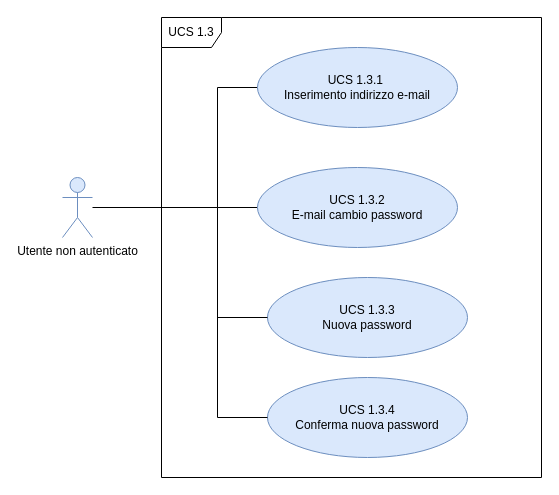
Above: page "Page-2" (1 of 5) of DocumentazioneEsterna/AnalisiDeiRequisiti/Sezioni/UseCase/draw.io/UC SERVER/UCS1.3.drawio in qb-team/Stalker-Documentazione (draw.io), before the change. Source tidied: cells renumbered, new cells numbered last; positions are measured from the earlier drawing's top-left corner, leaving out a move shared by most shapes. Both pictures are drawn from the tidied source at 100%, with x=0, y=0 at pixel (62, 17).
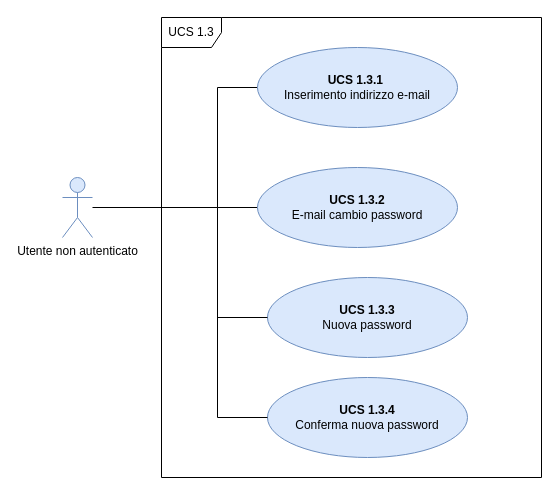
The same diagram, later.

Diff of the diagram source:
```diff
@@
 <mxGraphModel>
   <root>
     <mxCell id="0" />
     <mxCell id="1" parent="0" />
     <mxCell id="2" style="endArrow=none;html=1;entryX=0;entryY=0.5;entryDx=0;entryDy=0;" parent="1" edge="1" target="7">
       <mxGeometry relative="1" as="geometry">
         <mxPoint x="155" y="190" as="sourcePoint" />
       </mxGeometry>
     </mxCell>
     <mxCell id="3" style="edgeStyle=orthogonalEdgeStyle;rounded=0;jettySize=auto;html=1;entryX=0;entryY=0.5;entryDx=0;entryDy=0;endArrow=none;endFill=0;" parent="1" edge="1" source="4" target="6">
       <mxGeometry relative="1" as="geometry">
         <Array as="points">
           <mxPoint x="155" y="190" />
           <mxPoint x="155" y="70" />
         </Array>
       </mxGeometry>
     </mxCell>
     <mxCell id="4" value="Utente non autenticato" style="shape=umlActor;verticalLabelPosition=bottom;labelBackgroundColor=#ffffff;verticalAlign=top;html=1;outlineConnect=0;fillColor=#dae8fc;strokeColor=#6c8ebf;" parent="1" vertex="1">
       <mxGeometry y="160" width="30" height="60" as="geometry" />
     </mxCell>
     <mxCell id="5" value="UCS 1.3" style="shape=umlFrame;whiteSpace=wrap;html=1;" parent="1" vertex="1">
       <mxGeometry x="99" width="380" height="460" as="geometry" />
     </mxCell>
-    <mxCell id="6" value="UCS 1.3.1&amp;nbsp;&lt;br&gt;Inserimento indirizzo e-mail&lt;b&gt;&lt;br&gt;&lt;/b&gt;" style="ellipse;whiteSpace=wrap;html=1;fillColor=#dae8fc;strokeColor=#6c8ebf;" parent="1" vertex="1">
+    <mxCell id="6" value="&lt;b&gt;UCS 1.3.1&amp;nbsp;&lt;/b&gt;&lt;br&gt;Inserimento indirizzo e-mail&lt;b&gt;&lt;br&gt;&lt;/b&gt;" style="ellipse;whiteSpace=wrap;html=1;fillColor=#dae8fc;strokeColor=#6c8ebf;" parent="1" vertex="1">
       <mxGeometry x="195" y="30" width="200" height="80" as="geometry" />
     </mxCell>
-    <mxCell id="7" value="UCS 1.3.2&lt;br&gt;E-mail cambio password&lt;b&gt;&lt;br&gt;&lt;/b&gt;" style="ellipse;whiteSpace=wrap;html=1;fillColor=#dae8fc;strokeColor=#6c8ebf;" parent="1" vertex="1">
+    <mxCell id="7" value="&lt;b&gt;UCS 1.3.2&lt;/b&gt;&lt;br&gt;E-mail cambio password&lt;b&gt;&lt;br&gt;&lt;/b&gt;" style="ellipse;whiteSpace=wrap;html=1;fillColor=#dae8fc;strokeColor=#6c8ebf;" parent="1" vertex="1">
       <mxGeometry x="195" y="150" width="200" height="80" as="geometry" />
     </mxCell>
-    <mxCell id="8" value="UCS 1.3.3&lt;br&gt;Nuova password" style="ellipse;whiteSpace=wrap;html=1;fillColor=#dae8fc;strokeColor=#6c8ebf;" parent="1" vertex="1">
+    <mxCell id="8" value="&lt;b&gt;UCS 1.3.3&lt;/b&gt;&lt;br&gt;Nuova password" style="ellipse;whiteSpace=wrap;html=1;fillColor=#dae8fc;strokeColor=#6c8ebf;" parent="1" vertex="1">
       <mxGeometry x="205" y="260" width="200" height="80" as="geometry" />
     </mxCell>
-    <mxCell id="9" value="UCS 1.3.4&lt;br&gt;Conferma nuova password" style="ellipse;whiteSpace=wrap;html=1;fillColor=#dae8fc;strokeColor=#6c8ebf;" parent="1" vertex="1">
+    <mxCell id="9" value="&lt;b&gt;UCS 1.3.4&lt;br&gt;&lt;/b&gt;Conferma nuova password" style="ellipse;whiteSpace=wrap;html=1;fillColor=#dae8fc;strokeColor=#6c8ebf;" parent="1" vertex="1">
       <mxGeometry x="205" y="360" width="200" height="80" as="geometry" />
     </mxCell>
     <mxCell id="10" style="endArrow=none;html=1;" parent="1" edge="1">
       <mxGeometry relative="1" as="geometry">
         <mxPoint x="155" y="400" as="sourcePoint" />
         <mxPoint x="155" y="190" as="targetPoint" />
       </mxGeometry>
     </mxCell>
     <mxCell id="11" style="endArrow=none;html=1;entryX=0;entryY=0.5;entryDx=0;entryDy=0;" parent="1" edge="1" target="8">
       <mxGeometry relative="1" as="geometry">
         <mxPoint x="155" y="300" as="sourcePoint" />
       </mxGeometry>
     </mxCell>
     <mxCell id="12" style="endArrow=none;html=1;entryX=0;entryY=0.5;entryDx=0;entryDy=0;" parent="1" edge="1" target="9">
       <mxGeometry relative="1" as="geometry">
         <mxPoint x="155" y="400" as="sourcePoint" />
       </mxGeometry>
     </mxCell>
   </root>
 </mxGraphModel>
```
